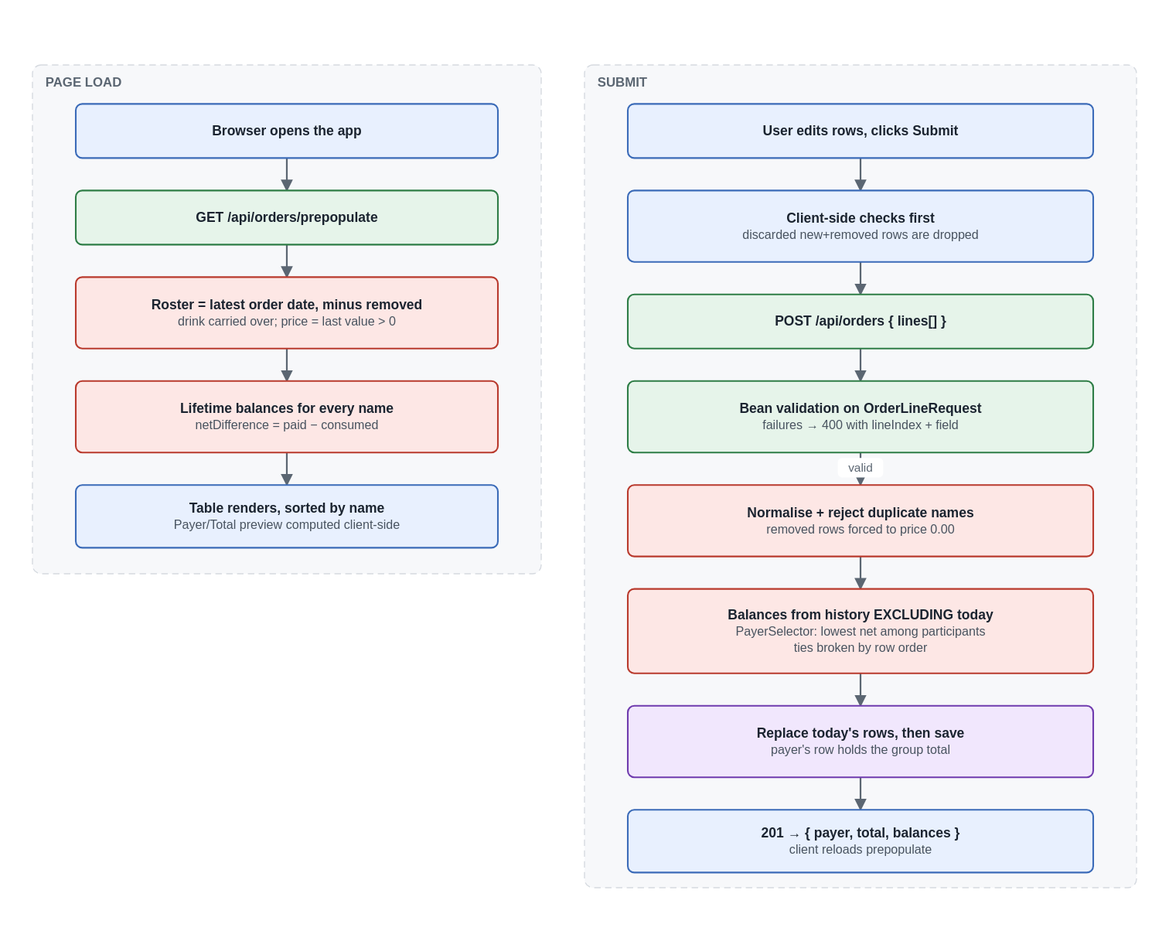
Before: docs/data-flow.drawio.svg, a diagram exported from draw.io (kuselj/hpe-morpheus-coffee-club). Source tidied: cells renumbered, new cells last; positions are measured from the earlier drawing's top-left corner, leaving out a move shared by most shapes. Its diagram source:
```xml
<mxGraphModel>
  <root>
    <mxCell id="0" />
    <mxCell id="1" parent="0" />
    <mxCell id="2" value="&lt;b&gt;PAGE LOAD&lt;/b&gt;" style="rounded=1;arcSize=8;whiteSpace=wrap;html=1;fillColor=#F7F8FA;strokeColor=#D6DAE0;fontColor=#1B2430;fontSize=12;align=center;verticalAlign=middle;dashed=1;verticalAlign=top;align=left;spacingLeft=10;spacingTop=4;fontStyle=1;" parent="1" vertex="1">
      <mxGeometry width="470" height="470" as="geometry" />
    </mxCell>
    <mxCell id="3" value="&lt;b&gt;Browser opens the app&lt;/b&gt;" style="rounded=1;arcSize=8;whiteSpace=wrap;html=1;fillColor=#E8F0FE;strokeColor=#3B6BB8;fontColor=#1B2430;fontSize=12;align=center;verticalAlign=middle;" parent="1" vertex="1">
      <mxGeometry x="40" y="36" width="390" height="50" as="geometry" />
    </mxCell>
    <mxCell id="4" value="&lt;b&gt;GET /api/orders/prepopulate&lt;/b&gt;" style="rounded=1;arcSize=8;whiteSpace=wrap;html=1;fillColor=#E6F4EA;strokeColor=#2E7D46;fontColor=#1B2430;fontSize=12;align=center;verticalAlign=middle;" parent="1" vertex="1">
      <mxGeometry x="40" y="116" width="390" height="50" as="geometry" />
    </mxCell>
    <mxCell id="5" value="&lt;b&gt;Roster = latest order date, minus removed&lt;/b&gt;&lt;br&gt;drink carried over; price = last value &amp;gt; 0" style="rounded=1;arcSize=8;whiteSpace=wrap;html=1;fillColor=#FDE7E5;strokeColor=#B93A2D;fontColor=#1B2430;fontSize=12;align=center;verticalAlign=middle;" parent="1" vertex="1">
      <mxGeometry x="40" y="196" width="390" height="66" as="geometry" />
    </mxCell>
    <mxCell id="6" value="&lt;b&gt;Lifetime balances for every name&lt;/b&gt;&lt;br&gt;netDifference = paid − consumed" style="rounded=1;arcSize=8;whiteSpace=wrap;html=1;fillColor=#FDE7E5;strokeColor=#B93A2D;fontColor=#1B2430;fontSize=12;align=center;verticalAlign=middle;" parent="1" vertex="1">
      <mxGeometry x="40" y="292" width="390" height="66" as="geometry" />
    </mxCell>
    <mxCell id="7" value="&lt;b&gt;Table renders, sorted by name&lt;/b&gt;&lt;br&gt;Payer/Total preview computed client-side" style="rounded=1;arcSize=8;whiteSpace=wrap;html=1;fillColor=#E8F0FE;strokeColor=#3B6BB8;fontColor=#1B2430;fontSize=12;align=center;verticalAlign=middle;" parent="1" vertex="1">
      <mxGeometry x="40" y="388" width="390" height="58" as="geometry" />
    </mxCell>
    <mxCell id="8" value="&lt;b&gt;SUBMIT&lt;/b&gt;" style="rounded=1;arcSize=8;whiteSpace=wrap;html=1;fillColor=#F7F8FA;strokeColor=#D6DAE0;fontColor=#1B2430;fontSize=12;align=center;verticalAlign=middle;dashed=1;verticalAlign=top;align=left;spacingLeft=10;spacingTop=4;fontStyle=1;" parent="1" vertex="1">
      <mxGeometry x="510" width="510" height="760" as="geometry" />
    </mxCell>
    <mxCell id="9" value="&lt;b&gt;User edits rows, clicks Submit&lt;/b&gt;" style="rounded=1;arcSize=8;whiteSpace=wrap;html=1;fillColor=#E8F0FE;strokeColor=#3B6BB8;fontColor=#1B2430;fontSize=12;align=center;verticalAlign=middle;" parent="1" vertex="1">
      <mxGeometry x="550" y="36" width="430" height="50" as="geometry" />
    </mxCell>
    <mxCell id="10" value="&lt;b&gt;Client-side checks first&lt;/b&gt;&lt;br&gt;discarded new+removed rows are dropped" style="rounded=1;arcSize=8;whiteSpace=wrap;html=1;fillColor=#E8F0FE;strokeColor=#3B6BB8;fontColor=#1B2430;fontSize=12;align=center;verticalAlign=middle;" parent="1" vertex="1">
      <mxGeometry x="550" y="116" width="430" height="66" as="geometry" />
    </mxCell>
    <mxCell id="11" value="&lt;b&gt;POST /api/orders  { lines[] }&lt;/b&gt;" style="rounded=1;arcSize=8;whiteSpace=wrap;html=1;fillColor=#E6F4EA;strokeColor=#2E7D46;fontColor=#1B2430;fontSize=12;align=center;verticalAlign=middle;" parent="1" vertex="1">
      <mxGeometry x="550" y="212" width="430" height="50" as="geometry" />
    </mxCell>
    <mxCell id="12" value="&lt;b&gt;Bean validation on OrderLineRequest&lt;/b&gt;&lt;br&gt;failures → 400 with lineIndex + field" style="rounded=1;arcSize=8;whiteSpace=wrap;html=1;fillColor=#E6F4EA;strokeColor=#2E7D46;fontColor=#1B2430;fontSize=12;align=center;verticalAlign=middle;" parent="1" vertex="1">
      <mxGeometry x="550" y="292" width="430" height="66" as="geometry" />
    </mxCell>
    <mxCell id="13" value="&lt;b&gt;Normalise + reject duplicate names&lt;/b&gt;&lt;br&gt;removed rows forced to price 0.00" style="rounded=1;arcSize=8;whiteSpace=wrap;html=1;fillColor=#FDE7E5;strokeColor=#B93A2D;fontColor=#1B2430;fontSize=12;align=center;verticalAlign=middle;" parent="1" vertex="1">
      <mxGeometry x="550" y="388" width="430" height="66" as="geometry" />
    </mxCell>
    <mxCell id="14" value="&lt;b&gt;Balances from history EXCLUDING today&lt;/b&gt;&lt;br&gt;PayerSelector: lowest net among participants&lt;br&gt;ties broken by row order" style="rounded=1;arcSize=8;whiteSpace=wrap;html=1;fillColor=#FDE7E5;strokeColor=#B93A2D;fontColor=#1B2430;fontSize=12;align=center;verticalAlign=middle;" parent="1" vertex="1">
      <mxGeometry x="550" y="484" width="430" height="78" as="geometry" />
    </mxCell>
    <mxCell id="15" value="&lt;b&gt;Replace today's rows, then save&lt;/b&gt;&lt;br&gt;payer's row holds the group total" style="rounded=1;arcSize=8;whiteSpace=wrap;html=1;fillColor=#F1E7FD;strokeColor=#6F3BAE;fontColor=#1B2430;fontSize=12;align=center;verticalAlign=middle;" parent="1" vertex="1">
      <mxGeometry x="550" y="592" width="430" height="66" as="geometry" />
    </mxCell>
    <mxCell id="16" value="&lt;b&gt;201 → { payer, total, balances }&lt;/b&gt;&lt;br&gt;client reloads prepopulate" style="rounded=1;arcSize=8;whiteSpace=wrap;html=1;fillColor=#E8F0FE;strokeColor=#3B6BB8;fontColor=#1B2430;fontSize=12;align=center;verticalAlign=middle;" parent="1" vertex="1">
      <mxGeometry x="550" y="688" width="430" height="58" as="geometry" />
    </mxCell>
    <mxCell id="17" style="edgeStyle=orthogonalEdgeStyle;rounded=1;html=1;exitX=0.5;exitY=1;entryX=0.5;entryY=0;strokeColor=#5B6672;fontColor=#1B2430;fontSize=11;" parent="1" edge="1" source="3" target="4">
      <mxGeometry relative="1" as="geometry" />
    </mxCell>
    <mxCell id="18" style="edgeStyle=orthogonalEdgeStyle;rounded=1;html=1;exitX=0.5;exitY=1;entryX=0.5;entryY=0;strokeColor=#5B6672;fontColor=#1B2430;fontSize=11;" parent="1" edge="1" source="4" target="5">
      <mxGeometry relative="1" as="geometry" />
    </mxCell>
    <mxCell id="19" style="edgeStyle=orthogonalEdgeStyle;rounded=1;html=1;exitX=0.5;exitY=1;entryX=0.5;entryY=0;strokeColor=#5B6672;fontColor=#1B2430;fontSize=11;" parent="1" edge="1" source="5" target="6">
      <mxGeometry relative="1" as="geometry" />
    </mxCell>
    <mxCell id="20" style="edgeStyle=orthogonalEdgeStyle;rounded=1;html=1;exitX=0.5;exitY=1;entryX=0.5;entryY=0;strokeColor=#5B6672;fontColor=#1B2430;fontSize=11;" parent="1" edge="1" source="6" target="7">
      <mxGeometry relative="1" as="geometry" />
    </mxCell>
    <mxCell id="21" style="edgeStyle=orthogonalEdgeStyle;rounded=1;html=1;exitX=0.5;exitY=1;entryX=0.5;entryY=0;strokeColor=#5B6672;fontColor=#1B2430;fontSize=11;" parent="1" edge="1" source="9" target="10">
      <mxGeometry relative="1" as="geometry" />
    </mxCell>
    <mxCell id="22" style="edgeStyle=orthogonalEdgeStyle;rounded=1;html=1;exitX=0.5;exitY=1;entryX=0.5;entryY=0;strokeColor=#5B6672;fontColor=#1B2430;fontSize=11;" parent="1" edge="1" source="10" target="11">
      <mxGeometry relative="1" as="geometry" />
    </mxCell>
    <mxCell id="23" style="edgeStyle=orthogonalEdgeStyle;rounded=1;html=1;exitX=0.5;exitY=1;entryX=0.5;entryY=0;strokeColor=#5B6672;fontColor=#1B2430;fontSize=11;" parent="1" edge="1" source="11" target="12">
      <mxGeometry relative="1" as="geometry" />
    </mxCell>
    <mxCell id="24" value="valid" style="edgeStyle=orthogonalEdgeStyle;rounded=1;html=1;exitX=0.5;exitY=1;entryX=0.5;entryY=0;strokeColor=#5B6672;fontColor=#1B2430;fontSize=11;" parent="1" edge="1" source="12" target="13">
      <mxGeometry relative="1" as="geometry" />
    </mxCell>
    <mxCell id="25" style="edgeStyle=orthogonalEdgeStyle;rounded=1;html=1;exitX=0.5;exitY=1;entryX=0.5;entryY=0;strokeColor=#5B6672;fontColor=#1B2430;fontSize=11;" parent="1" edge="1" source="13" target="14">
      <mxGeometry relative="1" as="geometry" />
    </mxCell>
    <mxCell id="26" style="edgeStyle=orthogonalEdgeStyle;rounded=1;html=1;exitX=0.5;exitY=1;entryX=0.5;entryY=0;strokeColor=#5B6672;fontColor=#1B2430;fontSize=11;" parent="1" edge="1" source="14" target="15">
      <mxGeometry relative="1" as="geometry" />
    </mxCell>
    <mxCell id="27" style="edgeStyle=orthogonalEdgeStyle;rounded=1;html=1;exitX=0.5;exitY=1;entryX=0.5;entryY=0;strokeColor=#5B6672;fontColor=#1B2430;fontSize=11;" parent="1" edge="1" source="15" target="16">
      <mxGeometry relative="1" as="geometry" />
    </mxCell>
  </root>
</mxGraphModel>
```
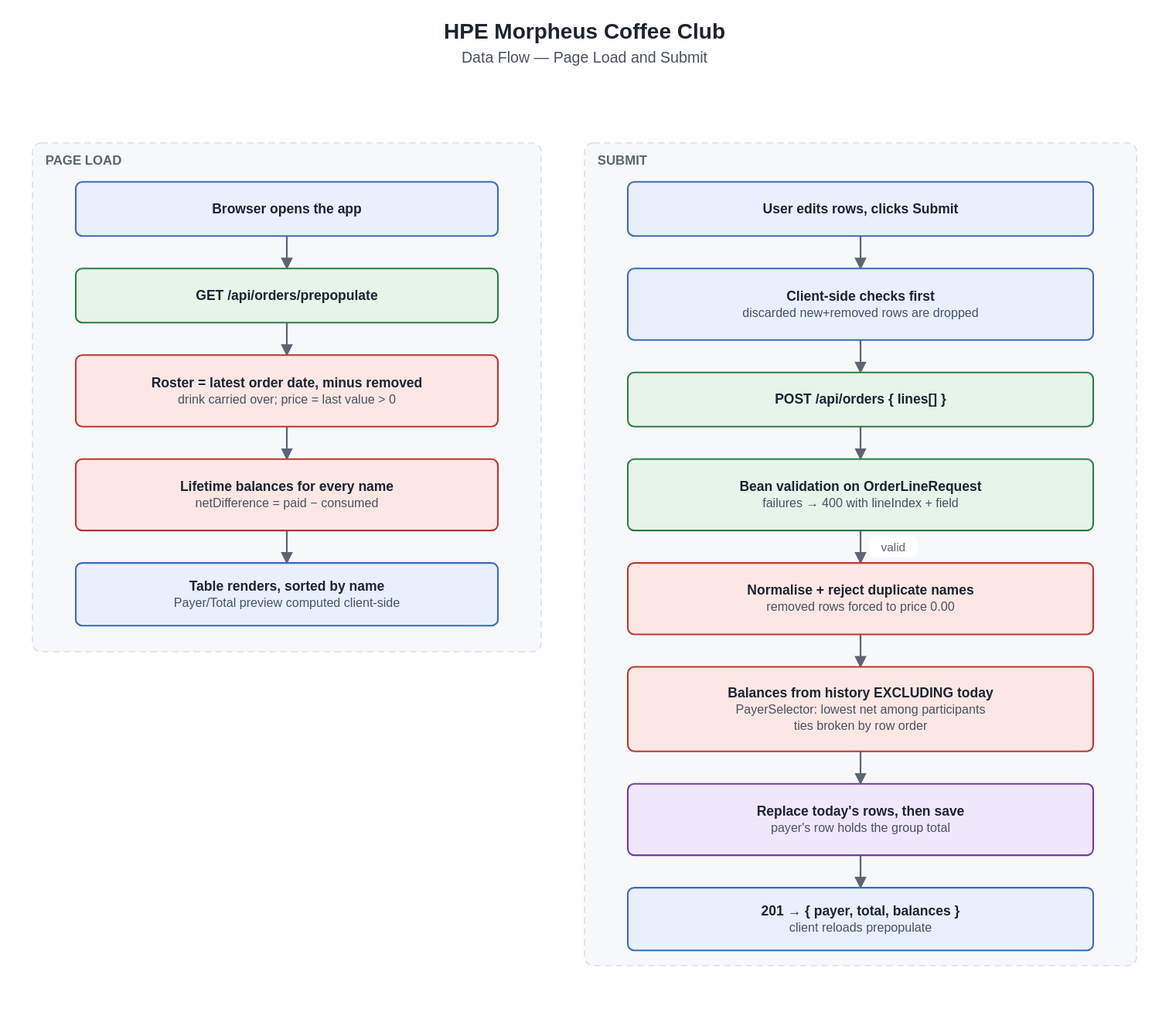
After the change.

What changed in the source:
```diff
@@ -2,7 +2,10 @@
   <root>
     <mxCell id="0" />
     <mxCell id="1" parent="0" />
+    <mxCell id="28" value="&lt;b&gt;HPE Morpheus Coffee Club&lt;/b&gt;&lt;br&gt;&lt;font style=&quot;font-size:14px&quot;&gt;Data Flow — Page Load and Submit&lt;/font&gt;" style="text;html=1;strokeColor=none;fillColor=none;align=center;verticalAlign=middle;fontSize=20;fontColor=#1B2430;" parent="1" vertex="1">
+      <mxGeometry y="-118" width="1020" height="50" as="geometry" />
+    </mxCell>
-    <mxCell id="2" value="&lt;b&gt;PAGE LOAD&lt;/b&gt;" style="rounded=1;arcSize=8;whiteSpace=wrap;html=1;fillColor=#F7F8FA;strokeColor=#D6DAE0;fontColor=#1B2430;fontSize=12;align=center;verticalAlign=middle;dashed=1;verticalAlign=top;align=left;spacingLeft=10;spacingTop=4;fontStyle=1;" parent="1" vertex="1">
+    <mxCell id="2" value="&lt;b&gt;PAGE LOAD&lt;/b&gt;" style="rounded=1;arcSize=8;whiteSpace=wrap;html=1;fillColor=#F7F8FA;strokeColor=#D6DAE0;fontColor=#1B2430;fontSize=12;dashed=1;verticalAlign=top;align=left;spacingLeft=10;spacingTop=4;fontStyle=1;" parent="1" vertex="1">
       <mxGeometry width="470" height="470" as="geometry" />
     </mxCell>
     <mxCell id="3" value="&lt;b&gt;Browser opens the app&lt;/b&gt;" style="rounded=1;arcSize=8;whiteSpace=wrap;html=1;fillColor=#E8F0FE;strokeColor=#3B6BB8;fontColor=#1B2430;fontSize=12;align=center;verticalAlign=middle;" parent="1" vertex="1">
@@ -20,7 +23,7 @@
     <mxCell id="7" value="&lt;b&gt;Table renders, sorted by name&lt;/b&gt;&lt;br&gt;Payer/Total preview computed client-side" style="rounded=1;arcSize=8;whiteSpace=wrap;html=1;fillColor=#E8F0FE;strokeColor=#3B6BB8;fontColor=#1B2430;fontSize=12;align=center;verticalAlign=middle;" parent="1" vertex="1">
       <mxGeometry x="40" y="388" width="390" height="58" as="geometry" />
     </mxCell>
-    <mxCell id="8" value="&lt;b&gt;SUBMIT&lt;/b&gt;" style="rounded=1;arcSize=8;whiteSpace=wrap;html=1;fillColor=#F7F8FA;strokeColor=#D6DAE0;fontColor=#1B2430;fontSize=12;align=center;verticalAlign=middle;dashed=1;verticalAlign=top;align=left;spacingLeft=10;spacingTop=4;fontStyle=1;" parent="1" vertex="1">
+    <mxCell id="8" value="&lt;b&gt;SUBMIT&lt;/b&gt;" style="rounded=1;arcSize=8;whiteSpace=wrap;html=1;fillColor=#F7F8FA;strokeColor=#D6DAE0;fontColor=#1B2430;fontSize=12;dashed=1;verticalAlign=top;align=left;spacingLeft=10;spacingTop=4;fontStyle=1;" parent="1" vertex="1">
       <mxGeometry x="510" width="510" height="760" as="geometry" />
     </mxCell>
     <mxCell id="9" value="&lt;b&gt;User edits rows, clicks Submit&lt;/b&gt;" style="rounded=1;arcSize=8;whiteSpace=wrap;html=1;fillColor=#E8F0FE;strokeColor=#3B6BB8;fontColor=#1B2430;fontSize=12;align=center;verticalAlign=middle;" parent="1" vertex="1">
@@ -47,37 +50,37 @@
     <mxCell id="16" value="&lt;b&gt;201 → { payer, total, balances }&lt;/b&gt;&lt;br&gt;client reloads prepopulate" style="rounded=1;arcSize=8;whiteSpace=wrap;html=1;fillColor=#E8F0FE;strokeColor=#3B6BB8;fontColor=#1B2430;fontSize=12;align=center;verticalAlign=middle;" parent="1" vertex="1">
       <mxGeometry x="550" y="688" width="430" height="58" as="geometry" />
     </mxCell>
-    <mxCell id="17" style="edgeStyle=orthogonalEdgeStyle;rounded=1;html=1;exitX=0.5;exitY=1;entryX=0.5;entryY=0;strokeColor=#5B6672;fontColor=#1B2430;fontSize=11;" parent="1" edge="1" source="3" target="4">
+    <mxCell id="17" style="edgeStyle=orthogonalEdgeStyle;rounded=1;html=1;exitX=0.500;exitY=1;entryX=0.5;entryY=0;strokeColor=#5B6672;fontColor=#1B2430;fontSize=11;labelBackgroundColor=#FFFFFF;" parent="1" edge="1" source="3" target="4">
       <mxGeometry relative="1" as="geometry" />
     </mxCell>
-    <mxCell id="18" style="edgeStyle=orthogonalEdgeStyle;rounded=1;html=1;exitX=0.5;exitY=1;entryX=0.5;entryY=0;strokeColor=#5B6672;fontColor=#1B2430;fontSize=11;" parent="1" edge="1" source="4" target="5">
+    <mxCell id="18" style="edgeStyle=orthogonalEdgeStyle;rounded=1;html=1;exitX=0.500;exitY=1;entryX=0.5;entryY=0;strokeColor=#5B6672;fontColor=#1B2430;fontSize=11;labelBackgroundColor=#FFFFFF;" parent="1" edge="1" source="4" target="5">
       <mxGeometry relative="1" as="geometry" />
     </mxCell>
-    <mxCell id="19" style="edgeStyle=orthogonalEdgeStyle;rounded=1;html=1;exitX=0.5;exitY=1;entryX=0.5;entryY=0;strokeColor=#5B6672;fontColor=#1B2430;fontSize=11;" parent="1" edge="1" source="5" target="6">
+    <mxCell id="19" style="edgeStyle=orthogonalEdgeStyle;rounded=1;html=1;exitX=0.500;exitY=1;entryX=0.5;entryY=0;strokeColor=#5B6672;fontColor=#1B2430;fontSize=11;labelBackgroundColor=#FFFFFF;" parent="1" edge="1" source="5" target="6">
       <mxGeometry relative="1" as="geometry" />
     </mxCell>
-    <mxCell id="20" style="edgeStyle=orthogonalEdgeStyle;rounded=1;html=1;exitX=0.5;exitY=1;entryX=0.5;entryY=0;strokeColor=#5B6672;fontColor=#1B2430;fontSize=11;" parent="1" edge="1" source="6" target="7">
+    <mxCell id="20" style="edgeStyle=orthogonalEdgeStyle;rounded=1;html=1;exitX=0.500;exitY=1;entryX=0.5;entryY=0;strokeColor=#5B6672;fontColor=#1B2430;fontSize=11;labelBackgroundColor=#FFFFFF;" parent="1" edge="1" source="6" target="7">
       <mxGeometry relative="1" as="geometry" />
     </mxCell>
-    <mxCell id="21" style="edgeStyle=orthogonalEdgeStyle;rounded=1;html=1;exitX=0.5;exitY=1;entryX=0.5;entryY=0;strokeColor=#5B6672;fontColor=#1B2430;fontSize=11;" parent="1" edge="1" source="9" target="10">
+    <mxCell id="21" style="edgeStyle=orthogonalEdgeStyle;rounded=1;html=1;exitX=0.500;exitY=1;entryX=0.5;entryY=0;strokeColor=#5B6672;fontColor=#1B2430;fontSize=11;labelBackgroundColor=#FFFFFF;" parent="1" edge="1" source="9" target="10">
       <mxGeometry relative="1" as="geometry" />
     </mxCell>
-    <mxCell id="22" style="edgeStyle=orthogonalEdgeStyle;rounded=1;html=1;exitX=0.5;exitY=1;entryX=0.5;entryY=0;strokeColor=#5B6672;fontColor=#1B2430;fontSize=11;" parent="1" edge="1" source="10" target="11">
+    <mxCell id="22" style="edgeStyle=orthogonalEdgeStyle;rounded=1;html=1;exitX=0.500;exitY=1;entryX=0.5;entryY=0;strokeColor=#5B6672;fontColor=#1B2430;fontSize=11;labelBackgroundColor=#FFFFFF;" parent="1" edge="1" source="10" target="11">
       <mxGeometry relative="1" as="geometry" />
     </mxCell>
-    <mxCell id="23" style="edgeStyle=orthogonalEdgeStyle;rounded=1;html=1;exitX=0.5;exitY=1;entryX=0.5;entryY=0;strokeColor=#5B6672;fontColor=#1B2430;fontSize=11;" parent="1" edge="1" source="11" target="12">
+    <mxCell id="23" style="edgeStyle=orthogonalEdgeStyle;rounded=1;html=1;exitX=0.500;exitY=1;entryX=0.5;entryY=0;strokeColor=#5B6672;fontColor=#1B2430;fontSize=11;labelBackgroundColor=#FFFFFF;" parent="1" edge="1" source="11" target="12">
       <mxGeometry relative="1" as="geometry" />
     </mxCell>
-    <mxCell id="24" value="valid" style="edgeStyle=orthogonalEdgeStyle;rounded=1;html=1;exitX=0.5;exitY=1;entryX=0.5;entryY=0;strokeColor=#5B6672;fontColor=#1B2430;fontSize=11;" parent="1" edge="1" source="12" target="13">
+    <mxCell id="24" value="valid" style="edgeStyle=orthogonalEdgeStyle;rounded=1;html=1;exitX=0.500;exitY=1;entryX=0.5;entryY=0;strokeColor=#5B6672;fontColor=#1B2430;fontSize=11;labelBackgroundColor=#FFFFFF;verticalAlign=top;" parent="1" edge="1" source="12" target="13">
       <mxGeometry relative="1" as="geometry" />
     </mxCell>
-    <mxCell id="25" style="edgeStyle=orthogonalEdgeStyle;rounded=1;html=1;exitX=0.5;exitY=1;entryX=0.5;entryY=0;strokeColor=#5B6672;fontColor=#1B2430;fontSize=11;" parent="1" edge="1" source="13" target="14">
+    <mxCell id="25" style="edgeStyle=orthogonalEdgeStyle;rounded=1;html=1;exitX=0.500;exitY=1;entryX=0.5;entryY=0;strokeColor=#5B6672;fontColor=#1B2430;fontSize=11;labelBackgroundColor=#FFFFFF;" parent="1" edge="1" source="13" target="14">
       <mxGeometry relative="1" as="geometry" />
     </mxCell>
-    <mxCell id="26" style="edgeStyle=orthogonalEdgeStyle;rounded=1;html=1;exitX=0.5;exitY=1;entryX=0.5;entryY=0;strokeColor=#5B6672;fontColor=#1B2430;fontSize=11;" parent="1" edge="1" source="14" target="15">
+    <mxCell id="26" style="edgeStyle=orthogonalEdgeStyle;rounded=1;html=1;exitX=0.500;exitY=1;entryX=0.5;entryY=0;strokeColor=#5B6672;fontColor=#1B2430;fontSize=11;labelBackgroundColor=#FFFFFF;" parent="1" edge="1" source="14" target="15">
       <mxGeometry relative="1" as="geometry" />
     </mxCell>
-    <mxCell id="27" style="edgeStyle=orthogonalEdgeStyle;rounded=1;html=1;exitX=0.5;exitY=1;entryX=0.5;entryY=0;strokeColor=#5B6672;fontColor=#1B2430;fontSize=11;" parent="1" edge="1" source="15" target="16">
+    <mxCell id="27" style="edgeStyle=orthogonalEdgeStyle;rounded=1;html=1;exitX=0.500;exitY=1;entryX=0.5;entryY=0;strokeColor=#5B6672;fontColor=#1B2430;fontSize=11;labelBackgroundColor=#FFFFFF;" parent="1" edge="1" source="15" target="16">
       <mxGeometry relative="1" as="geometry" />
     </mxCell>
   </root>
```
